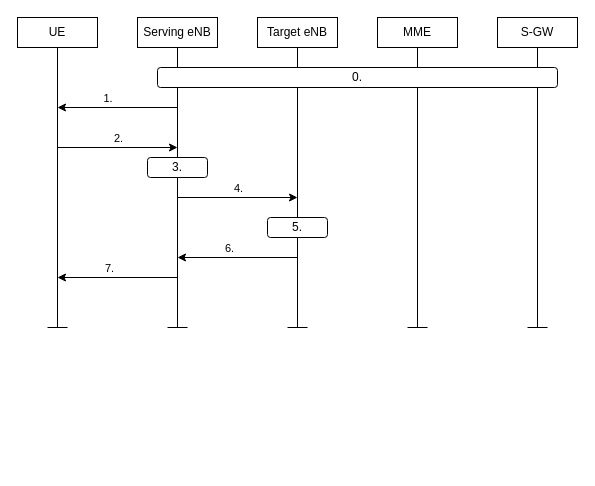
This is screepsweet/4G Diagram.drawio from fajarmhr/drawiodump, a draw.io file, before an edit. Source tidied: cells renumbered, new cells numbered last; positions are measured from the earlier drawing's top-left corner, leaving out a move shared by most shapes. Both pictures are drawn from the tidied source at 100%, with x=0, y=0 at pixel (17, 17).
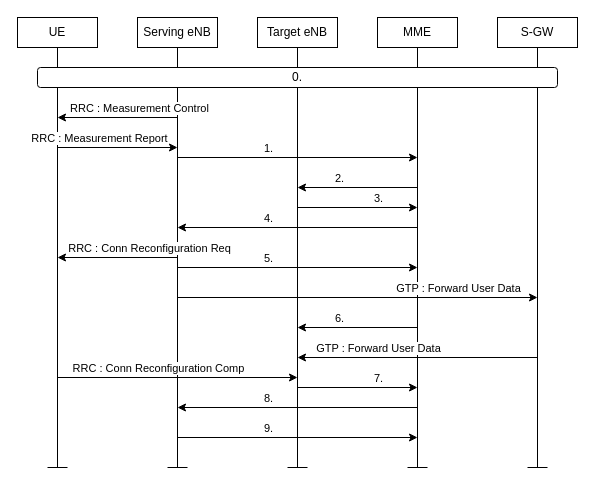
After the change.

The change refers to these unchanged cells:
```xml
<mxCell id="7" value="S-GW" style="rounded=0;whiteSpace=wrap;html=1;" parent="1" vertex="1">
  <mxGeometry x="480" width="80" height="30" as="geometry" />
</mxCell>
<mxCell id="15" style="endArrow=classic;html=1;rounded=0;" parent="1" edge="1">
  <mxGeometry relative="1" as="geometry">
    <mxPoint x="40" y="130" as="sourcePoint" />
    <mxPoint x="160" y="130" as="targetPoint" />
  </mxGeometry>
</mxCell>
```

Diff of the diagram source:
```diff
@@
     <mxCell id="2" style="endArrow=none;html=1;rounded=0;" parent="1" edge="1">
       <mxGeometry relative="1" as="geometry">
-        <mxPoint x="40" y="310" as="sourcePoint" />
+        <mxPoint x="40" y="450" as="sourcePoint" />
         <mxPoint x="40" y="30" as="targetPoint" />
       </mxGeometry>
     </mxCell>
     <mxCell id="3" style="endArrow=none;html=1;rounded=0;" parent="1" edge="1">
       <mxGeometry relative="1" as="geometry">
-        <mxPoint x="160" y="310" as="sourcePoint" />
+        <mxPoint x="160" y="450" as="sourcePoint" />
         <mxPoint x="160" y="30" as="targetPoint" />
       </mxGeometry>
     </mxCell>
     <mxCell id="4" style="endArrow=none;html=1;rounded=0;" parent="1" edge="1" target="7">
       <mxGeometry relative="1" as="geometry">
-        <mxPoint x="520" y="310" as="sourcePoint" />
+        <mxPoint x="520" y="450" as="sourcePoint" />
       </mxGeometry>
     </mxCell>
     <mxCell id="5" style="endArrow=none;html=1;rounded=0;" parent="1" edge="1">
       <mxGeometry relative="1" as="geometry">
-        <mxPoint x="400" y="310" as="sourcePoint" />
+        <mxPoint x="400" y="450" as="sourcePoint" />
         <mxPoint x="400" y="30" as="targetPoint" />
       </mxGeometry>
     </mxCell>
     <mxCell id="6" style="endArrow=none;html=1;rounded=0;" parent="1" edge="1">
       <mxGeometry relative="1" as="geometry">
-        <mxPoint x="280" y="310" as="sourcePoint" />
+        <mxPoint x="280" y="450" as="sourcePoint" />
         <mxPoint x="280" y="30" as="targetPoint" />
       </mxGeometry>
     </mxCell>
@@
     <mxCell id="12" value="0." style="rounded=1;whiteSpace=wrap;html=1;" parent="1" vertex="1">
-      <mxGeometry x="140" y="50" width="400" height="20" as="geometry" />
+      <mxGeometry x="20" y="50" width="520" height="20" as="geometry" />
     </mxCell>
     <mxCell id="13" style="endArrow=classic;html=1;rounded=0;" parent="1" edge="1">
       <mxGeometry relative="1" as="geometry">
-        <mxPoint x="160" y="90" as="sourcePoint" />
-        <mxPoint x="40" y="90" as="targetPoint" />
+        <mxPoint x="160" y="100" as="sourcePoint" />
+        <mxPoint x="40" y="100" as="targetPoint" />
       </mxGeometry>
     </mxCell>
-    <mxCell id="14" value="1.&amp;nbsp;" style="edgeLabel;html=1;align=center;verticalAlign=middle;" parent="13" vertex="1">
+    <mxCell id="14" value="RRC : Measurement Control" style="edgeLabel;html=1;align=center;verticalAlign=middle;" parent="13" vertex="1">
       <mxGeometry x="0.34" y="-1" relative="1" as="geometry">
-        <mxPoint x="11" y="-9" as="offset" />
+        <mxPoint x="41" y="-9" as="offset" />
       </mxGeometry>
     </mxCell>
@@
-    <mxCell id="16" value="2." style="edgeLabel;html=1;align=center;verticalAlign=middle;" parent="15" vertex="1">
+    <mxCell id="16" value="RRC : Measurement Report" style="edgeLabel;html=1;align=center;verticalAlign=middle;" parent="15" vertex="1">
       <mxGeometry x="0.36" y="-1" relative="1" as="geometry">
-        <mxPoint x="-22" y="-11" as="offset" />
+        <mxPoint x="-41" y="-11" as="offset" />
       </mxGeometry>
     </mxCell>
-    <mxCell id="17" value="3." style="rounded=1;whiteSpace=wrap;html=1;" parent="1" vertex="1">
-      <mxGeometry x="130" y="140" width="60" height="20" as="geometry" />
-    </mxCell>
     <mxCell id="18" style="endArrow=classic;html=1;rounded=0;" parent="1" edge="1">
       <mxGeometry relative="1" as="geometry">
-        <mxPoint x="160" y="180" as="sourcePoint" />
-        <mxPoint x="280" y="180" as="targetPoint" />
+        <mxPoint x="160" y="140" as="sourcePoint" />
+        <mxPoint x="400" y="140" as="targetPoint" />
       </mxGeometry>
     </mxCell>
-    <mxCell id="19" value="4." style="edgeLabel;html=1;align=center;verticalAlign=middle;" parent="18" vertex="1">
+    <mxCell id="19" value="1." style="edgeLabel;html=1;align=center;verticalAlign=middle;" parent="18" vertex="1">
       <mxGeometry x="0.36" y="-1" relative="1" as="geometry">
-        <mxPoint x="-22" y="-11" as="offset" />
+        <mxPoint x="-73" y="-11" as="offset" />
       </mxGeometry>
     </mxCell>
     <mxCell id="20" style="endArrow=classic;html=1;rounded=0;" parent="1" edge="1">
       <mxGeometry relative="1" as="geometry">
-        <mxPoint x="280" y="240" as="sourcePoint" />
-        <mxPoint x="160" y="240" as="targetPoint" />
+        <mxPoint x="400" y="170" as="sourcePoint" />
+        <mxPoint x="280" y="170" as="targetPoint" />
       </mxGeometry>
     </mxCell>
-    <mxCell id="21" value="6." style="edgeLabel;html=1;align=center;verticalAlign=middle;" parent="20" vertex="1">
+    <mxCell id="21" value="2." style="edgeLabel;html=1;align=center;verticalAlign=middle;" parent="20" vertex="1">
       <mxGeometry x="0.34" y="-1" relative="1" as="geometry">
-        <mxPoint x="11" y="-9" as="offset" />
+        <mxPoint x="1" y="-9" as="offset" />
       </mxGeometry>
     </mxCell>
-    <mxCell id="22" value="5." style="rounded=1;whiteSpace=wrap;html=1;" parent="1" vertex="1">
-      <mxGeometry x="250" y="200" width="60" height="20" as="geometry" />
-    </mxCell>
     <mxCell id="23" style="endArrow=classic;html=1;rounded=0;" parent="1" edge="1">
       <mxGeometry relative="1" as="geometry">
-        <mxPoint x="160" y="260" as="sourcePoint" />
-        <mxPoint x="40" y="260" as="targetPoint" />
+        <mxPoint x="400" y="210" as="sourcePoint" />
+        <mxPoint x="160" y="210" as="targetPoint" />
       </mxGeometry>
     </mxCell>
-    <mxCell id="24" value="7." style="edgeLabel;html=1;align=center;verticalAlign=middle;" parent="23" vertex="1">
+    <mxCell id="24" value="4." style="edgeLabel;html=1;align=center;verticalAlign=middle;" parent="23" vertex="1">
       <mxGeometry x="0.34" y="-1" relative="1" as="geometry">
         <mxPoint x="11" y="-9" as="offset" />
       </mxGeometry>
     </mxCell>
     <mxCell id="25" style="endArrow=none;html=1;rounded=0;" parent="1" edge="1">
       <mxGeometry relative="1" as="geometry">
-        <mxPoint x="30" y="310" as="sourcePoint" />
-        <mxPoint x="50" y="310" as="targetPoint" />
+        <mxPoint x="30" y="450" as="sourcePoint" />
+        <mxPoint x="50" y="450" as="targetPoint" />
       </mxGeometry>
     </mxCell>
     <mxCell id="26" style="endArrow=none;html=1;rounded=0;" parent="1" edge="1">
       <mxGeometry relative="1" as="geometry">
-        <mxPoint x="150" y="310" as="sourcePoint" />
-        <mxPoint x="170" y="310" as="targetPoint" />
+        <mxPoint x="150" y="450" as="sourcePoint" />
+        <mxPoint x="170" y="450" as="targetPoint" />
       </mxGeometry>
     </mxCell>
     <mxCell id="27" style="endArrow=none;html=1;rounded=0;" parent="1" edge="1">
       <mxGeometry relative="1" as="geometry">
-        <mxPoint x="270" y="310" as="sourcePoint" />
-        <mxPoint x="290" y="310" as="targetPoint" />
+        <mxPoint x="270" y="450" as="sourcePoint" />
+        <mxPoint x="290" y="450" as="targetPoint" />
       </mxGeometry>
     </mxCell>
     <mxCell id="28" style="endArrow=none;html=1;rounded=0;" parent="1" edge="1">
       <mxGeometry relative="1" as="geometry">
-        <mxPoint x="390" y="310" as="sourcePoint" />
-        <mxPoint x="410" y="310" as="targetPoint" />
+        <mxPoint x="390" y="450" as="sourcePoint" />
+        <mxPoint x="410" y="450" as="targetPoint" />
       </mxGeometry>
     </mxCell>
     <mxCell id="29" style="endArrow=none;html=1;rounded=0;" parent="1" edge="1">
       <mxGeometry relative="1" as="geometry">
-        <mxPoint x="510" y="310" as="sourcePoint" />
-        <mxPoint x="530" y="310" as="targetPoint" />
+        <mxPoint x="510" y="450" as="sourcePoint" />
+        <mxPoint x="530" y="450" as="targetPoint" />
       </mxGeometry>
     </mxCell>
+    <mxCell id="30" style="endArrow=classic;html=1;rounded=0;" parent="1" edge="1">
+      <mxGeometry relative="1" as="geometry">
+        <mxPoint x="280" y="190" as="sourcePoint" />
+        <mxPoint x="400" y="190" as="targetPoint" />
+      </mxGeometry>
+    </mxCell>
+    <mxCell id="17" value="3." style="edgeLabel;html=1;align=center;verticalAlign=middle;" parent="30" vertex="1">
+      <mxGeometry x="0.36" y="-1" relative="1" as="geometry">
+        <mxPoint x="-2" y="-11" as="offset" />
+      </mxGeometry>
+    </mxCell>
+    <mxCell id="31" style="endArrow=classic;html=1;rounded=0;" parent="1" edge="1">
+      <mxGeometry relative="1" as="geometry">
+        <mxPoint x="160" y="240" as="sourcePoint" />
+        <mxPoint x="40" y="240" as="targetPoint" />
+      </mxGeometry>
+    </mxCell>
+    <mxCell id="32" value="RRC : Conn Reconfiguration Req" style="edgeLabel;html=1;align=center;verticalAlign=middle;" parent="31" vertex="1">
+      <mxGeometry x="0.34" y="-1" relative="1" as="geometry">
+        <mxPoint x="51" y="-9" as="offset" />
+      </mxGeometry>
+    </mxCell>
+    <mxCell id="33" style="endArrow=classic;html=1;rounded=0;" parent="1" edge="1">
+      <mxGeometry relative="1" as="geometry">
+        <mxPoint x="160" y="280" as="sourcePoint" />
+        <mxPoint x="520" y="280" as="targetPoint" />
+      </mxGeometry>
+    </mxCell>
+    <mxCell id="34" value="GTP : Forward User Data" style="edgeLabel;html=1;align=center;verticalAlign=middle;" parent="33" vertex="1">
+      <mxGeometry x="0.36" y="-1" relative="1" as="geometry">
+        <mxPoint x="35" y="-11" as="offset" />
+      </mxGeometry>
+    </mxCell>
+    <mxCell id="35" style="endArrow=classic;html=1;rounded=0;" parent="1" edge="1">
+      <mxGeometry relative="1" as="geometry">
+        <mxPoint x="400" y="310" as="sourcePoint" />
+        <mxPoint x="280" y="310" as="targetPoint" />
+      </mxGeometry>
+    </mxCell>
+    <mxCell id="36" value="6." style="edgeLabel;html=1;align=center;verticalAlign=middle;" parent="35" vertex="1">
+      <mxGeometry x="0.34" y="-1" relative="1" as="geometry">
+        <mxPoint x="1" y="-9" as="offset" />
+      </mxGeometry>
+    </mxCell>
+    <mxCell id="37" style="endArrow=classic;html=1;rounded=0;" parent="1" edge="1">
+      <mxGeometry relative="1" as="geometry">
+        <mxPoint x="280" y="370" as="sourcePoint" />
+        <mxPoint x="400" y="370" as="targetPoint" />
+      </mxGeometry>
+    </mxCell>
+    <mxCell id="38" value="7." style="edgeLabel;html=1;align=center;verticalAlign=middle;" parent="37" vertex="1">
+      <mxGeometry x="0.36" y="-1" relative="1" as="geometry">
+        <mxPoint x="-2" y="-11" as="offset" />
+      </mxGeometry>
+    </mxCell>
+    <mxCell id="39" style="endArrow=classic;html=1;rounded=0;" parent="1" edge="1">
+      <mxGeometry relative="1" as="geometry">
+        <mxPoint x="400" y="390" as="sourcePoint" />
+        <mxPoint x="160" y="390" as="targetPoint" />
+      </mxGeometry>
+    </mxCell>
+    <mxCell id="40" value="8." style="edgeLabel;html=1;align=center;verticalAlign=middle;" parent="39" vertex="1">
+      <mxGeometry x="0.34" y="-1" relative="1" as="geometry">
+        <mxPoint x="11" y="-9" as="offset" />
+      </mxGeometry>
+    </mxCell>
+    <mxCell id="41" style="endArrow=classic;html=1;rounded=0;" parent="1" edge="1">
+      <mxGeometry relative="1" as="geometry">
+        <mxPoint x="160" y="420" as="sourcePoint" />
+        <mxPoint x="400" y="420" as="targetPoint" />
+      </mxGeometry>
+    </mxCell>
+    <mxCell id="42" value="9." style="edgeLabel;html=1;align=center;verticalAlign=middle;" parent="41" vertex="1">
+      <mxGeometry x="0.36" y="-1" relative="1" as="geometry">
+        <mxPoint x="-73" y="-11" as="offset" />
+      </mxGeometry>
+    </mxCell>
+    <mxCell id="43" style="endArrow=classic;html=1;rounded=0;" parent="1" edge="1">
+      <mxGeometry relative="1" as="geometry">
+        <mxPoint x="160" y="250" as="sourcePoint" />
+        <mxPoint x="400" y="250" as="targetPoint" />
+      </mxGeometry>
+    </mxCell>
+    <mxCell id="22" value="5." style="edgeLabel;html=1;align=center;verticalAlign=middle;" parent="43" vertex="1">
+      <mxGeometry x="0.36" y="-1" relative="1" as="geometry">
+        <mxPoint x="-73" y="-11" as="offset" />
+      </mxGeometry>
+    </mxCell>
+    <mxCell id="44" style="endArrow=classic;html=1;rounded=0;" parent="1" edge="1">
+      <mxGeometry relative="1" as="geometry">
+        <mxPoint x="520" y="340" as="sourcePoint" />
+        <mxPoint x="280" y="340" as="targetPoint" />
+      </mxGeometry>
+    </mxCell>
+    <mxCell id="45" value="GTP : Forward User Data" style="edgeLabel;html=1;align=center;verticalAlign=middle;" parent="44" vertex="1">
+      <mxGeometry x="0.34" y="-1" relative="1" as="geometry">
+        <mxPoint x="1" y="-9" as="offset" />
+      </mxGeometry>
+    </mxCell>
+    <mxCell id="46" style="endArrow=classic;html=1;rounded=0;" parent="1" edge="1">
+      <mxGeometry relative="1" as="geometry">
+        <mxPoint x="40" y="360" as="sourcePoint" />
+        <mxPoint x="280" y="360" as="targetPoint" />
+      </mxGeometry>
+    </mxCell>
+    <mxCell id="47" value="RRC : Conn Reconfiguration Comp" style="edgeLabel;html=1;align=center;verticalAlign=middle;" parent="46" vertex="1">
+      <mxGeometry x="0.36" y="-1" relative="1" as="geometry">
+        <mxPoint x="-63" y="-11" as="offset" />
+      </mxGeometry>
+    </mxCell>
```
